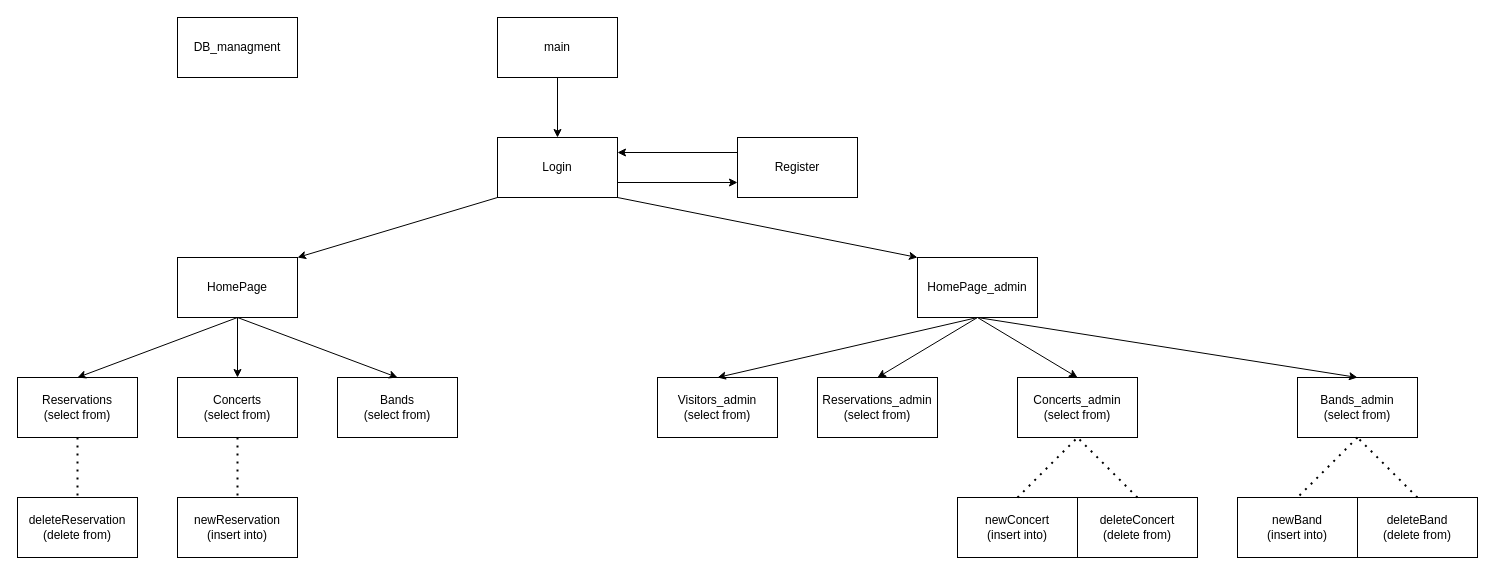
The draw.io diagram docs/Diagramme_flux.drawio in KT539/Projet_pythonDB, before the edit. Source tidied: cells renumbered, new cells numbered last; positions are measured from the earlier drawing's top-left corner, leaving out a move shared by most shapes. Both pictures are drawn from the tidied source at 100%, with x=0, y=0 at pixel (17, 17).
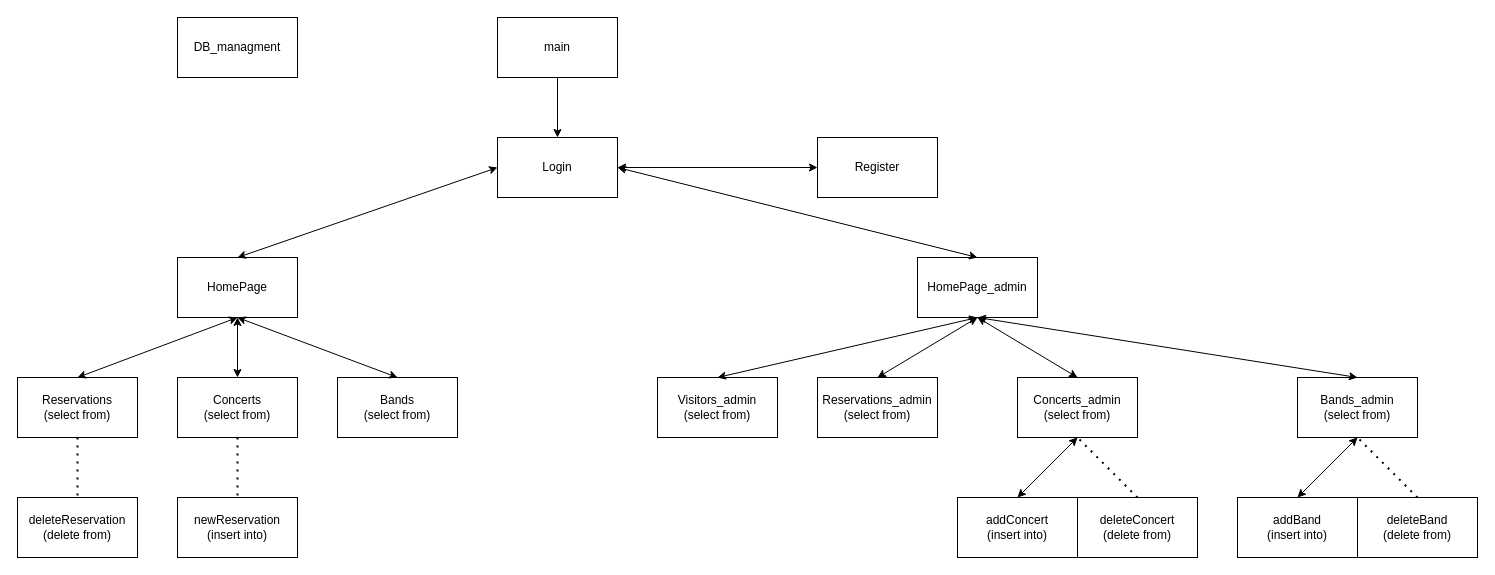
Above is the later version.

Unchanged cells that the change refers to:
```xml
<mxCell id="3" value="Login" style="rounded=0;whiteSpace=wrap;html=1;" parent="1" vertex="1">
  <mxGeometry x="480" y="120" width="120" height="60" as="geometry" />
</mxCell>
<mxCell id="8" value="HomePage_admin" style="rounded=0;whiteSpace=wrap;html=1;" parent="1" vertex="1">
  <mxGeometry x="900" y="240" width="120" height="60" as="geometry" />
</mxCell>
<mxCell id="9" value="HomePage" style="rounded=0;whiteSpace=wrap;html=1;" parent="1" vertex="1">
  <mxGeometry x="160" y="240" width="120" height="60" as="geometry" />
</mxCell>
<mxCell id="13" value="Reservations&lt;div&gt;(select from)&lt;/div&gt;" style="rounded=0;whiteSpace=wrap;html=1;" parent="1" vertex="1">
  <mxGeometry y="360" width="120" height="60" as="geometry" />
</mxCell>
<mxCell id="14" value="Concerts&lt;div&gt;(select from)&lt;/div&gt;" style="rounded=0;whiteSpace=wrap;html=1;" parent="1" vertex="1">
  <mxGeometry x="160" y="360" width="120" height="60" as="geometry" />
</mxCell>
<mxCell id="15" value="Bands&lt;div&gt;(select from)&lt;/div&gt;" style="rounded=0;whiteSpace=wrap;html=1;" parent="1" vertex="1">
  <mxGeometry x="320" y="360" width="120" height="60" as="geometry" />
</mxCell>
<mxCell id="16" value="Visitors_admin&lt;div&gt;(select from)&lt;/div&gt;" style="rounded=0;whiteSpace=wrap;html=1;" parent="1" vertex="1">
  <mxGeometry x="640" y="360" width="120" height="60" as="geometry" />
</mxCell>
<mxCell id="17" value="Reservations_admin&lt;div&gt;(select from)&lt;/div&gt;" style="rounded=0;whiteSpace=wrap;html=1;" parent="1" vertex="1">
  <mxGeometry x="800" y="360" width="120" height="60" as="geometry" />
</mxCell>
<mxCell id="18" value="Concerts_admin&lt;div&gt;(select from)&lt;/div&gt;" style="rounded=0;whiteSpace=wrap;html=1;" parent="1" vertex="1">
  <mxGeometry x="1000" y="360" width="120" height="60" as="geometry" />
</mxCell>
<mxCell id="19" value="Bands_admin&lt;div&gt;(select from)&lt;/div&gt;" style="rounded=0;whiteSpace=wrap;html=1;" parent="1" vertex="1">
  <mxGeometry x="1280" y="360" width="120" height="60" as="geometry" />
</mxCell>
<mxCell id="28" value="deleteConcert&lt;div&gt;(delete from)&lt;/div&gt;" style="rounded=0;whiteSpace=wrap;html=1;" parent="1" vertex="1">
  <mxGeometry x="1060" y="480" width="120" height="60" as="geometry" />
</mxCell>
<mxCell id="29" value="deleteBand&lt;div&gt;(delete from)&lt;/div&gt;" style="rounded=0;whiteSpace=wrap;html=1;" parent="1" vertex="1">
  <mxGeometry x="1340" y="480" width="120" height="60" as="geometry" />
</mxCell>
```

The edit, as a diff of the source:
```diff
@@
     <mxCell id="4" value="Register" style="rounded=0;whiteSpace=wrap;html=1;" parent="1" vertex="1">
-      <mxGeometry x="720" y="120" width="120" height="60" as="geometry" />
+      <mxGeometry x="800" y="120" width="120" height="60" as="geometry" />
     </mxCell>
@@
-    <mxCell id="6" style="endArrow=classic;html=1;rounded=0;exitX=1;exitY=0.75;exitDx=0;exitDy=0;entryX=0;entryY=0.75;entryDx=0;entryDy=0;" parent="1" edge="1" source="3" target="4">
-      <mxGeometry relative="1" as="geometry" />
-    </mxCell>
-    <mxCell id="7" style="endArrow=classic;html=1;rounded=0;exitX=0;exitY=0.25;exitDx=0;exitDy=0;entryX=1;entryY=0.25;entryDx=0;entryDy=0;" parent="1" edge="1" source="4" target="3">
-      <mxGeometry relative="1" as="geometry" />
-    </mxCell>
@@
-    <mxCell id="10" style="endArrow=classic;html=1;rounded=0;exitX=0;exitY=1;exitDx=0;exitDy=0;entryX=1;entryY=0;entryDx=0;entryDy=0;" parent="1" edge="1" source="3" target="9">
-      <mxGeometry relative="1" as="geometry" />
-    </mxCell>
-    <mxCell id="11" style="endArrow=classic;html=1;rounded=0;exitX=1;exitY=1;exitDx=0;exitDy=0;entryX=0;entryY=0;entryDx=0;entryDy=0;" parent="1" edge="1" source="3" target="8">
-      <mxGeometry relative="1" as="geometry" />
-    </mxCell>
@@
-    <mxCell id="20" style="endArrow=classic;html=1;rounded=0;exitX=0.5;exitY=1;exitDx=0;exitDy=0;entryX=0.5;entryY=0;entryDx=0;entryDy=0;" parent="1" edge="1" source="8" target="16">
-      <mxGeometry relative="1" as="geometry" />
-    </mxCell>
-    <mxCell id="21" style="endArrow=classic;html=1;rounded=0;exitX=0.5;exitY=1;exitDx=0;exitDy=0;entryX=0.5;entryY=0;entryDx=0;entryDy=0;" parent="1" edge="1" source="8" target="17">
-      <mxGeometry relative="1" as="geometry" />
-    </mxCell>
-    <mxCell id="22" style="endArrow=classic;html=1;rounded=0;exitX=0.5;exitY=1;exitDx=0;exitDy=0;entryX=0.5;entryY=0;entryDx=0;entryDy=0;" parent="1" edge="1" source="8" target="18">
-      <mxGeometry relative="1" as="geometry" />
-    </mxCell>
-    <mxCell id="23" style="endArrow=classic;html=1;rounded=0;exitX=0.5;exitY=1;exitDx=0;exitDy=0;entryX=0.5;entryY=0;entryDx=0;entryDy=0;" parent="1" edge="1" source="8" target="19">
-      <mxGeometry relative="1" as="geometry" />
-    </mxCell>
-    <mxCell id="24" style="endArrow=classic;html=1;rounded=0;exitX=0.5;exitY=1;exitDx=0;exitDy=0;entryX=0.5;entryY=0;entryDx=0;entryDy=0;" parent="1" edge="1" source="9" target="13">
-      <mxGeometry relative="1" as="geometry" />
-    </mxCell>
-    <mxCell id="25" style="endArrow=classic;html=1;rounded=0;exitX=0.5;exitY=1;exitDx=0;exitDy=0;entryX=0.5;entryY=0;entryDx=0;entryDy=0;" parent="1" edge="1" source="9" target="14">
-      <mxGeometry relative="1" as="geometry" />
-    </mxCell>
-    <mxCell id="26" style="endArrow=classic;html=1;rounded=0;exitX=0.5;exitY=1;exitDx=0;exitDy=0;entryX=0.5;entryY=0;entryDx=0;entryDy=0;" parent="1" edge="1" source="9" target="15">
-      <mxGeometry relative="1" as="geometry" />
-    </mxCell>
-    <mxCell id="27" value="newConcert&lt;div&gt;(insert into)&lt;/div&gt;" style="rounded=0;whiteSpace=wrap;html=1;" parent="1" vertex="1">
+    <mxCell id="27" value="addConcert&lt;div&gt;(insert into)&lt;/div&gt;" style="rounded=0;whiteSpace=wrap;html=1;" parent="1" vertex="1">
       <mxGeometry x="940" y="480" width="120" height="60" as="geometry" />
     </mxCell>
@@
-    <mxCell id="30" value="newBand&lt;div&gt;(insert into)&lt;/div&gt;" style="rounded=0;whiteSpace=wrap;html=1;" parent="1" vertex="1">
+    <mxCell id="30" value="addBand&lt;div&gt;(insert into)&lt;/div&gt;" style="rounded=0;whiteSpace=wrap;html=1;" parent="1" vertex="1">
       <mxGeometry x="1220" y="480" width="120" height="60" as="geometry" />
     </mxCell>
@@
+    <mxCell id="36" style="endArrow=none;dashed=1;html=1;dashPattern=1 3;strokeWidth=2;rounded=0;entryX=0.5;entryY=1;entryDx=0;entryDy=0;exitX=0.5;exitY=0;exitDx=0;exitDy=0;" parent="1" edge="1" source="28" target="18">
+      <mxGeometry relative="1" as="geometry" />
+    </mxCell>
+    <mxCell id="38" style="endArrow=none;dashed=1;html=1;dashPattern=1 3;strokeWidth=2;rounded=0;entryX=0.5;entryY=1;entryDx=0;entryDy=0;exitX=0.5;exitY=0;exitDx=0;exitDy=0;" parent="1" edge="1" source="29" target="19">
+      <mxGeometry relative="1" as="geometry" />
+    </mxCell>
+    <mxCell id="7" style="endArrow=classic;startArrow=classic;html=1;rounded=0;entryX=1;entryY=0.5;entryDx=0;entryDy=0;exitX=0;exitY=0.5;exitDx=0;exitDy=0;" parent="1" edge="1" source="4" target="3">
+      <mxGeometry relative="1" as="geometry" />
+    </mxCell>
+    <mxCell id="39" style="endArrow=classic;startArrow=classic;html=1;rounded=0;entryX=0;entryY=0.5;entryDx=0;entryDy=0;exitX=0.5;exitY=0;exitDx=0;exitDy=0;" parent="1" edge="1" source="9" target="3">
+      <mxGeometry relative="1" as="geometry" />
+    </mxCell>
+    <mxCell id="40" style="endArrow=classic;startArrow=classic;html=1;rounded=0;entryX=0.5;entryY=1;entryDx=0;entryDy=0;exitX=0.5;exitY=0;exitDx=0;exitDy=0;" parent="1" edge="1" source="13" target="9">
+      <mxGeometry relative="1" as="geometry" />
+    </mxCell>
+    <mxCell id="41" style="endArrow=classic;startArrow=classic;html=1;rounded=0;exitX=0.5;exitY=0;exitDx=0;exitDy=0;entryX=0.5;entryY=1;entryDx=0;entryDy=0;" parent="1" edge="1" source="14" target="9">
+      <mxGeometry relative="1" as="geometry" />
+    </mxCell>
+    <mxCell id="42" style="endArrow=classic;startArrow=classic;html=1;rounded=0;entryX=0.5;entryY=1;entryDx=0;entryDy=0;exitX=0.5;exitY=0;exitDx=0;exitDy=0;" parent="1" edge="1" source="15" target="9">
+      <mxGeometry relative="1" as="geometry" />
+    </mxCell>
+    <mxCell id="43" style="endArrow=classic;startArrow=classic;html=1;rounded=0;entryX=1;entryY=0.5;entryDx=0;entryDy=0;exitX=0.5;exitY=0;exitDx=0;exitDy=0;" parent="1" edge="1" source="8" target="3">
+      <mxGeometry relative="1" as="geometry" />
+    </mxCell>
+    <mxCell id="44" style="endArrow=classic;startArrow=classic;html=1;rounded=0;entryX=0.5;entryY=1;entryDx=0;entryDy=0;exitX=0.5;exitY=0;exitDx=0;exitDy=0;" parent="1" edge="1" source="16" target="8">
+      <mxGeometry relative="1" as="geometry" />
+    </mxCell>
+    <mxCell id="45" style="endArrow=classic;startArrow=classic;html=1;rounded=0;entryX=0.5;entryY=1;entryDx=0;entryDy=0;exitX=0.5;exitY=0;exitDx=0;exitDy=0;" parent="1" edge="1" source="17" target="8">
+      <mxGeometry relative="1" as="geometry" />
+    </mxCell>
+    <mxCell id="46" style="endArrow=classic;startArrow=classic;html=1;rounded=0;entryX=0.5;entryY=1;entryDx=0;entryDy=0;exitX=0.5;exitY=0;exitDx=0;exitDy=0;" parent="1" edge="1" source="18" target="8">
+      <mxGeometry relative="1" as="geometry" />
+    </mxCell>
+    <mxCell id="47" style="endArrow=classic;startArrow=classic;html=1;rounded=0;entryX=0.5;entryY=1;entryDx=0;entryDy=0;exitX=0.5;exitY=0;exitDx=0;exitDy=0;" parent="1" edge="1" source="19" target="8">
+      <mxGeometry relative="1" as="geometry" />
+    </mxCell>
-    <mxCell id="35" style="endArrow=none;dashed=1;html=1;dashPattern=1 3;strokeWidth=2;rounded=0;entryX=0.5;entryY=1;entryDx=0;entryDy=0;exitX=0.5;exitY=0;exitDx=0;exitDy=0;" parent="1" edge="1" source="27" target="18">
+    <mxCell id="35" style="endArrow=classic;startArrow=classic;html=1;rounded=0;entryX=0.5;entryY=1;entryDx=0;entryDy=0;exitX=0.5;exitY=0;exitDx=0;exitDy=0;" parent="1" edge="1" source="27" target="18">
       <mxGeometry relative="1" as="geometry" />
     </mxCell>
-    <mxCell id="36" style="endArrow=none;dashed=1;html=1;dashPattern=1 3;strokeWidth=2;rounded=0;entryX=0.5;entryY=1;entryDx=0;entryDy=0;exitX=0.5;exitY=0;exitDx=0;exitDy=0;" parent="1" edge="1" source="28" target="18">
-      <mxGeometry relative="1" as="geometry" />
-    </mxCell>
-    <mxCell id="37" style="endArrow=none;dashed=1;html=1;dashPattern=1 3;strokeWidth=2;rounded=0;entryX=0.5;entryY=0;entryDx=0;entryDy=0;exitX=0.5;exitY=1;exitDx=0;exitDy=0;" parent="1" edge="1" source="19" target="30">
+    <mxCell id="37" style="endArrow=classic;startArrow=classic;html=1;rounded=0;exitX=0.5;exitY=1;exitDx=0;exitDy=0;entryX=0.5;entryY=0;entryDx=0;entryDy=0;" parent="1" edge="1" source="19" target="30">
       <mxGeometry relative="1" as="geometry" />
     </mxCell>
-    <mxCell id="38" style="endArrow=none;dashed=1;html=1;dashPattern=1 3;strokeWidth=2;rounded=0;entryX=0.5;entryY=1;entryDx=0;entryDy=0;exitX=0.5;exitY=0;exitDx=0;exitDy=0;" parent="1" edge="1" source="29" target="19">
-      <mxGeometry relative="1" as="geometry" />
-    </mxCell>
```
